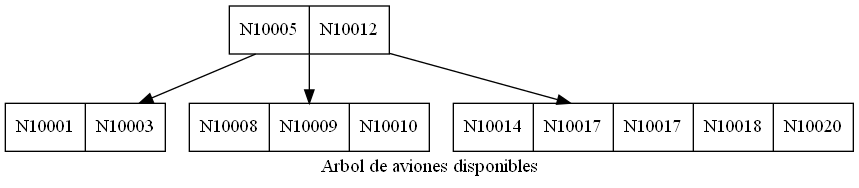
Earlier version of the Graphviz export imagenes/avionesDisponibles.png (MarvinCastellanos/201700490_EDD_Proyecto). Its source is kept beside it as dot/avionesDisponibles.dot.
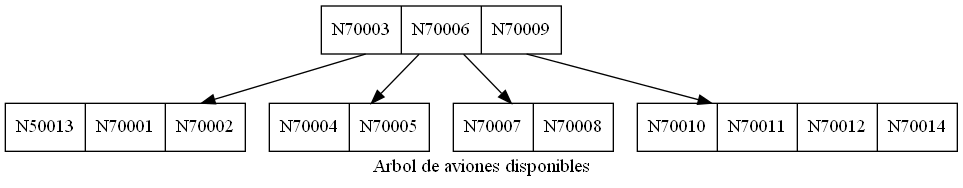
After the commit.

The edit, as a diff of the source:
```diff
@@ -1,11 +1,13 @@
 digraph G {
   label="Arbol de aviones disponibles";
   node [shape=record];
-    node0 [label="N10005|N10012"];
+    node0 [label="N70003|N70006|N70009"];
     node0 -> node1;
-    node1 [label="N10001|N10003"];
+    node1 [label="N50013|N70001|N70002"];
     node0 -> node2;
-    node2 [label="N10008|N10009|N10010"];
+    node2 [label="N70004|N70005"];
     node0 -> node3;
-    node3 [label="N10014|N10017|N10017|N10018|N10020"];
+    node3 [label="N70007|N70008"];
+    node0 -> node4;
+    node4 [label="N70010|N70011|N70012|N70014"];
 }
```
